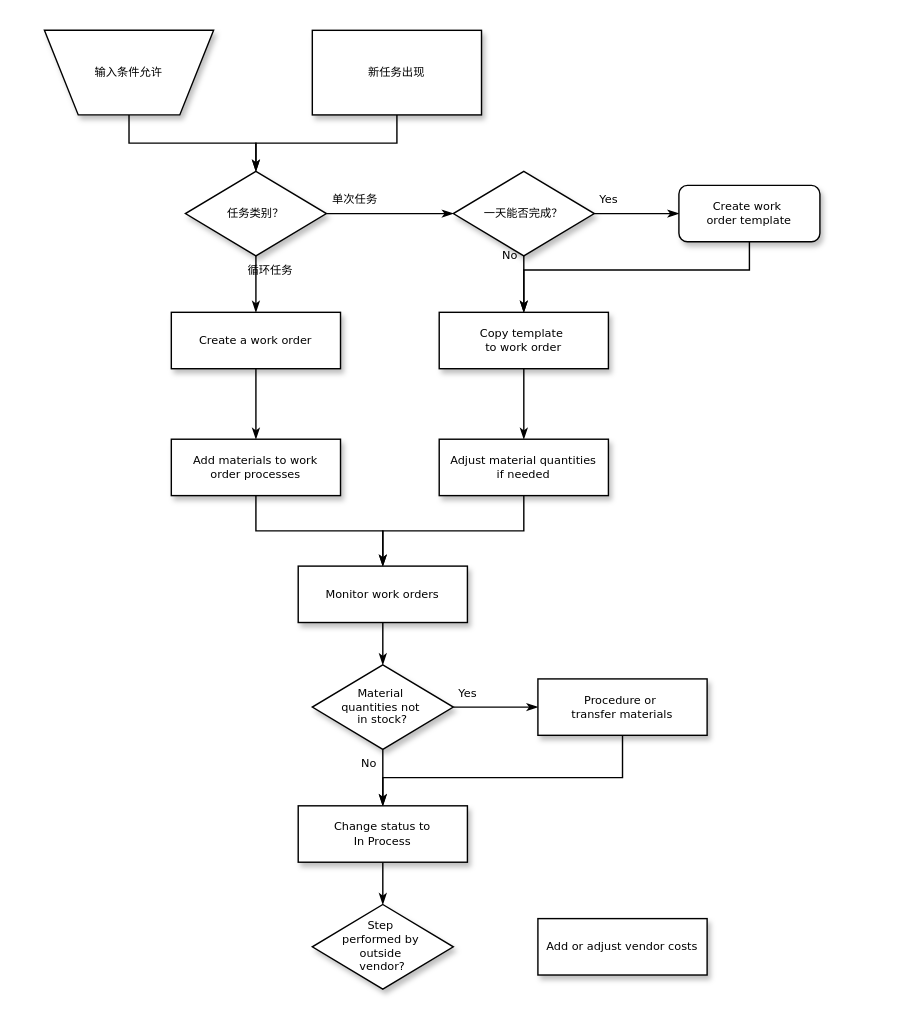
Earlier version of the draw.io diagram Untitled Diagram.drawio (jory18/jory18.github.io). Source tidied: cells renumbered, new cells numbered last; positions are measured from the earlier drawing's top-left corner, leaving out a move shared by most shapes. Both pictures are drawn from the tidied source at 141%, with x=0, y=0 at pixel (44, 30).
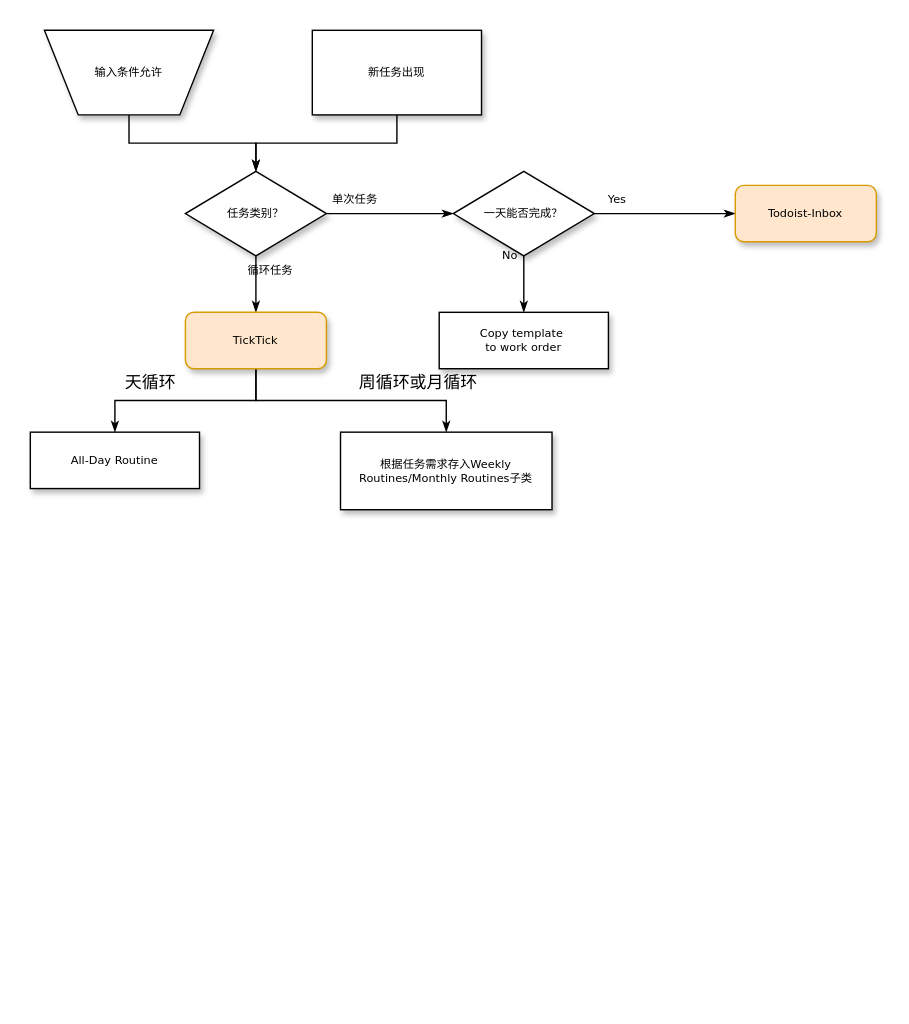
After the change.

The change refers to these unchanged cells:
```xml
<mxCell id="8" value="任务类别？" style="rhombus;whiteSpace=wrap;html=1;rounded=0;shadow=1;labelBackgroundColor=none;strokeColor=#000000;strokeWidth=1;fillColor=#ffffff;fontFamily=Verdana;fontSize=8;fontColor=#000000;align=center;" parent="1" vertex="1">
  <mxGeometry x="100" y="100" width="100" height="60" as="geometry" />
</mxCell>
<mxCell id="17" value="Copy template&amp;nbsp;&lt;div&gt;to work order&lt;/div&gt;" style="whiteSpace=wrap;html=1;rounded=0;shadow=1;labelBackgroundColor=none;strokeColor=#000000;strokeWidth=1;fillColor=#ffffff;fontFamily=Verdana;fontSize=8;fontColor=#000000;align=center;" parent="1" vertex="1">
  <mxGeometry x="280" y="200" width="120" height="40" as="geometry" />
</mxCell>
```

Change to the diagram source:
```diff
@@
-    <mxCell id="7" value="循环任务" style="edgeStyle=orthogonalEdgeStyle;rounded=0;html=1;labelBackgroundColor=none;startSize=5;endArrow=classicThin;endFill=1;endSize=5;jettySize=auto;strokeColor=#000000;strokeWidth=1;fontFamily=Verdana;fontSize=8;fontColor=#000000;" parent="1" edge="1" source="8" target="15">
-      <mxGeometry x="-0.5" y="10" relative="1" as="geometry" />
+    <mxCell id="7" value="循环任务" style="edgeStyle=orthogonalEdgeStyle;rounded=0;html=1;labelBackgroundColor=none;startSize=5;endArrow=classicThin;endFill=1;endSize=5;jettySize=auto;strokeColor=#000000;strokeWidth=1;fontFamily=Verdana;fontSize=8;fontColor=#000000;" parent="1" edge="1" source="8">
+      <mxGeometry x="-0.5" y="10" relative="1" as="geometry">
+        <mxPoint x="150" y="200" as="targetPoint" />
+      </mxGeometry>
     </mxCell>
@@
-    <mxCell id="12" style="edgeStyle=orthogonalEdgeStyle;rounded=0;html=1;labelBackgroundColor=none;startSize=5;endArrow=classicThin;endFill=1;endSize=5;jettySize=auto;strokeColor=#000000;strokeWidth=1;fontFamily=Verdana;fontSize=8;fontColor=#000000;" parent="1" edge="1" source="13" target="17">
-      <mxGeometry relative="1" as="geometry">
-        <Array as="points">
-          <mxPoint x="500" y="170" />
-          <mxPoint x="340" y="170" />
-        </Array>
-      </mxGeometry>
-    </mxCell>
-    <mxCell id="13" value="Create work&amp;nbsp;&lt;div&gt;order template&lt;/div&gt;" style="rounded=1;whiteSpace=wrap;html=1;shadow=1;labelBackgroundColor=none;strokeColor=#000000;strokeWidth=1;fillColor=#ffffff;fontFamily=Verdana;fontSize=8;fontColor=#000000;align=center;" parent="1" vertex="1">
-      <mxGeometry x="450" y="110" width="100" height="40" as="geometry" />
+    <mxCell id="13" value="Todoist-Inbox" style="rounded=1;whiteSpace=wrap;html=1;shadow=1;labelBackgroundColor=none;strokeColor=#d79b00;strokeWidth=1;fillColor=#ffe6cc;fontFamily=Verdana;fontSize=8;align=center;" parent="1" vertex="1">
+      <mxGeometry x="490" y="110" width="100" height="40" as="geometry" />
     </mxCell>
-    <mxCell id="14" style="edgeStyle=orthogonalEdgeStyle;rounded=0;html=1;labelBackgroundColor=none;startSize=5;endArrow=classicThin;endFill=1;endSize=5;jettySize=auto;strokeColor=#000000;strokeWidth=1;fontFamily=Verdana;fontSize=8;fontColor=#000000;" parent="1" edge="1" source="15" target="19">
-      <mxGeometry relative="1" as="geometry" />
-    </mxCell>
-    <mxCell id="15" value="Create a work order" style="whiteSpace=wrap;html=1;rounded=0;shadow=1;labelBackgroundColor=none;strokeColor=#000000;strokeWidth=1;fillColor=#ffffff;fontFamily=Verdana;fontSize=8;fontColor=#000000;align=center;" parent="1" vertex="1">
-      <mxGeometry x="90" y="200" width="120" height="40" as="geometry" />
-    </mxCell>
-    <mxCell id="16" style="edgeStyle=orthogonalEdgeStyle;rounded=0;html=1;labelBackgroundColor=none;startSize=5;endArrow=classicThin;endFill=1;endSize=5;jettySize=auto;strokeColor=#000000;strokeWidth=1;fontFamily=Verdana;fontSize=8;fontColor=#000000;" parent="1" edge="1" source="17" target="21">
+    <mxCell id="16" style="edgeStyle=orthogonalEdgeStyle;rounded=0;html=1;labelBackgroundColor=none;startSize=5;endArrow=classicThin;endFill=1;endSize=5;jettySize=auto;strokeColor=#000000;strokeWidth=1;fontFamily=Verdana;fontSize=8;fontColor=#000000;exitX=0.5;exitY=1;exitDx=0;exitDy=0;" parent="1" edge="1" source="33" target="21">
       <mxGeometry relative="1" as="geometry" />
     </mxCell>
@@
-    <mxCell id="18" style="edgeStyle=orthogonalEdgeStyle;rounded=0;html=1;labelBackgroundColor=none;startSize=5;endArrow=classicThin;endFill=1;endSize=5;jettySize=auto;strokeColor=#000000;strokeWidth=1;fontFamily=Verdana;fontSize=8;fontColor=#000000;" parent="1" edge="1" source="19" target="23">
-      <mxGeometry relative="1" as="geometry" />
-    </mxCell>
-    <mxCell id="19" value="Add materials to work order processes" style="whiteSpace=wrap;html=1;rounded=0;shadow=1;labelBackgroundColor=none;strokeColor=#000000;strokeWidth=1;fillColor=#ffffff;fontFamily=Verdana;fontSize=8;fontColor=#000000;align=center;spacing=6;" parent="1" vertex="1">
-      <mxGeometry x="90" y="290" width="120" height="40" as="geometry" />
-    </mxCell>
-    <mxCell id="20" style="edgeStyle=orthogonalEdgeStyle;rounded=0;html=1;labelBackgroundColor=none;startSize=5;endArrow=classicThin;endFill=1;endSize=5;jettySize=auto;strokeColor=#000000;strokeWidth=1;fontFamily=Verdana;fontSize=8;fontColor=#000000;" parent="1" edge="1" source="21" target="23">
+    <mxCell id="20" style="edgeStyle=orthogonalEdgeStyle;rounded=0;html=1;labelBackgroundColor=none;startSize=5;endArrow=classicThin;endFill=1;endSize=5;jettySize=auto;strokeColor=#000000;strokeWidth=1;fontFamily=Verdana;fontSize=8;fontColor=#000000;exitX=0.5;exitY=1;exitDx=0;exitDy=0;" parent="1" edge="1" source="33" target="23">
       <mxGeometry relative="1" as="geometry" />
     </mxCell>
-    <mxCell id="21" value="Adjust material quantities if needed" style="whiteSpace=wrap;html=1;rounded=0;shadow=1;labelBackgroundColor=none;strokeColor=#000000;strokeWidth=1;fillColor=#ffffff;fontFamily=Verdana;fontSize=8;fontColor=#000000;align=center;spacing=6;" parent="1" vertex="1">
-      <mxGeometry x="280" y="290" width="120" height="40" as="geometry" />
+    <mxCell id="21" value="根据任务需求存入Weekly Routines/Monthly Routines子类" style="whiteSpace=wrap;html=1;rounded=0;shadow=1;labelBackgroundColor=none;strokeColor=#000000;strokeWidth=1;fillColor=#ffffff;fontFamily=Verdana;fontSize=8;fontColor=#000000;align=center;spacing=6;" parent="1" vertex="1">
+      <mxGeometry x="210" y="285" width="150" height="55" as="geometry" />
     </mxCell>
-    <mxCell id="22" style="edgeStyle=orthogonalEdgeStyle;rounded=0;html=1;labelBackgroundColor=none;startSize=5;endArrow=classicThin;endFill=1;endSize=5;jettySize=auto;strokeColor=#000000;strokeWidth=1;fontFamily=Verdana;fontSize=8;fontColor=#000000;" parent="1" edge="1" source="23" target="26">
-      <mxGeometry relative="1" as="geometry" />
-    </mxCell>
-    <mxCell id="23" value="Monitor work orders" style="whiteSpace=wrap;html=1;rounded=0;shadow=1;labelBackgroundColor=none;strokeColor=#000000;strokeWidth=1;fillColor=#ffffff;fontFamily=Verdana;fontSize=8;fontColor=#000000;align=center;" parent="1" vertex="1">
-      <mxGeometry x="180" y="380" width="120" height="40" as="geometry" />
+    <mxCell id="23" value="All-Day Routine" style="whiteSpace=wrap;html=1;rounded=0;shadow=1;labelBackgroundColor=none;strokeColor=#000000;strokeWidth=1;fillColor=#ffffff;fontFamily=Verdana;fontSize=8;fontColor=#000000;align=center;" parent="1" vertex="1">
+      <mxGeometry x="-10" y="285" width="120" height="40" as="geometry" />
     </mxCell>
-    <mxCell id="24" value="Yes" style="edgeStyle=orthogonalEdgeStyle;rounded=0;html=1;labelBackgroundColor=none;startSize=5;endArrow=classicThin;endFill=1;endSize=5;jettySize=auto;strokeColor=#000000;strokeWidth=1;fontFamily=Verdana;fontSize=8;fontColor=#000000;" parent="1" edge="1" source="26" target="28">
-      <mxGeometry x="-0.67" y="10" relative="1" as="geometry" />
-    </mxCell>
-    <mxCell id="25" value="No" style="edgeStyle=orthogonalEdgeStyle;rounded=0;html=1;labelBackgroundColor=none;startSize=5;endArrow=classicThin;endFill=1;endSize=5;jettySize=auto;strokeColor=#000000;strokeWidth=1;fontFamily=Verdana;fontSize=8;fontColor=#000000;" parent="1" edge="1" source="26" target="30">
-      <mxGeometry x="-0.5" y="-10" relative="1" as="geometry" />
-    </mxCell>
-    <mxCell id="26" value="Material&amp;nbsp;&lt;div&gt;quantities not&amp;nbsp;&lt;/div&gt;&lt;div&gt;in stock?&lt;/div&gt;" style="rhombus;whiteSpace=wrap;html=1;rounded=0;shadow=1;labelBackgroundColor=none;strokeColor=#000000;strokeWidth=1;fillColor=#ffffff;fontFamily=Verdana;fontSize=8;fontColor=#000000;align=center;" parent="1" vertex="1">
-      <mxGeometry x="190" y="450" width="100" height="60" as="geometry" />
-    </mxCell>
-    <mxCell id="27" style="edgeStyle=orthogonalEdgeStyle;rounded=0;html=1;labelBackgroundColor=none;startSize=5;endArrow=classicThin;endFill=1;endSize=5;jettySize=auto;strokeColor=#000000;strokeWidth=1;fontFamily=Verdana;fontSize=8;fontColor=#000000;" parent="1" edge="1" source="28" target="30">
-      <mxGeometry relative="1" as="geometry">
-        <Array as="points">
-          <mxPoint x="410" y="530" />
-          <mxPoint x="240" y="530" />
-        </Array>
-      </mxGeometry>
-    </mxCell>
-    <mxCell id="28" value="Procedure or&amp;nbsp;&lt;div&gt;transfer materials&lt;/div&gt;" style="whiteSpace=wrap;html=1;rounded=0;shadow=1;labelBackgroundColor=none;strokeColor=#000000;strokeWidth=1;fillColor=#ffffff;fontFamily=Verdana;fontSize=8;fontColor=#000000;align=center;" parent="1" vertex="1">
-      <mxGeometry x="350" y="460" width="120" height="40" as="geometry" />
-    </mxCell>
-    <mxCell id="29" style="edgeStyle=orthogonalEdgeStyle;rounded=0;html=1;labelBackgroundColor=none;startSize=5;endArrow=classicThin;endFill=1;endSize=5;jettySize=auto;strokeColor=#000000;strokeWidth=1;fontFamily=Verdana;fontSize=8;fontColor=#000000;" parent="1" edge="1" source="30" target="31">
-      <mxGeometry relative="1" as="geometry" />
-    </mxCell>
-    <mxCell id="30" value="Change status to&lt;div&gt;In Process&lt;/div&gt;" style="whiteSpace=wrap;html=1;rounded=0;shadow=1;labelBackgroundColor=none;strokeColor=#000000;strokeWidth=1;fillColor=#ffffff;fontFamily=Verdana;fontSize=8;fontColor=#000000;align=center;" parent="1" vertex="1">
-      <mxGeometry x="180" y="550" width="120" height="40" as="geometry" />
-    </mxCell>
-    <mxCell id="31" value="Step&amp;nbsp;&lt;div&gt;performed by&amp;nbsp;&lt;/div&gt;&lt;div&gt;outside&amp;nbsp;&lt;/div&gt;&lt;div&gt;vendor?&lt;/div&gt;" style="rhombus;whiteSpace=wrap;html=1;rounded=0;shadow=1;labelBackgroundColor=none;strokeColor=#000000;strokeWidth=1;fillColor=#ffffff;fontFamily=Verdana;fontSize=8;fontColor=#000000;align=center;" parent="1" vertex="1">
-      <mxGeometry x="190" y="620" width="100" height="60" as="geometry" />
-    </mxCell>
-    <mxCell id="32" value="Add or adjust vendor costs" style="whiteSpace=wrap;html=1;rounded=0;shadow=1;labelBackgroundColor=none;strokeColor=#000000;strokeWidth=1;fillColor=#ffffff;fontFamily=Verdana;fontSize=8;fontColor=#000000;align=center;" parent="1" vertex="1">
-      <mxGeometry x="350" y="630" width="120" height="40" as="geometry" />
-    </mxCell>
+    <mxCell id="33" value="TickTick" style="rounded=1;whiteSpace=wrap;html=1;shadow=1;labelBackgroundColor=none;strokeColor=#d79b00;strokeWidth=1;fillColor=#ffe6cc;fontFamily=Verdana;fontSize=8;align=center;" parent="1" vertex="1">
+      <mxGeometry x="100" y="200" width="100" height="40" as="geometry" />
+    </mxCell>
+    <mxCell id="34" value="天循环" style="text;html=1;align=center;verticalAlign=middle;fillColor=none;strokeColor=none;rounded=0;" parent="1" vertex="1">
+      <mxGeometry x="50" y="240" width="50" height="20" as="geometry" />
+    </mxCell>
+    <mxCell id="35" value="周循环或月循环" style="text;html=1;align=center;verticalAlign=middle;fillColor=none;strokeColor=none;rounded=0;" parent="1" vertex="1">
+      <mxGeometry x="215" y="240" width="100" height="20" as="geometry" />
+    </mxCell>
```
